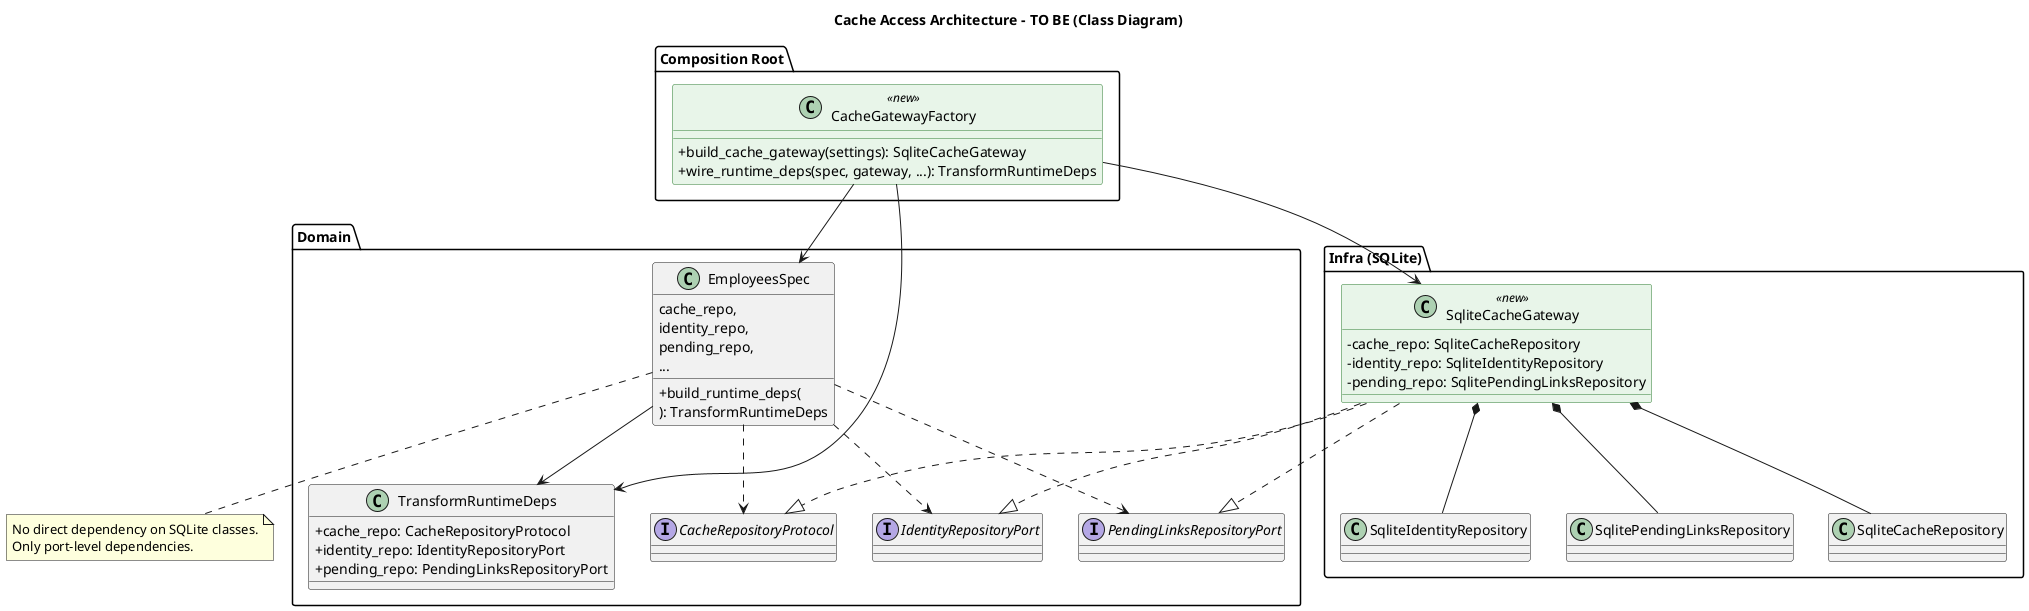
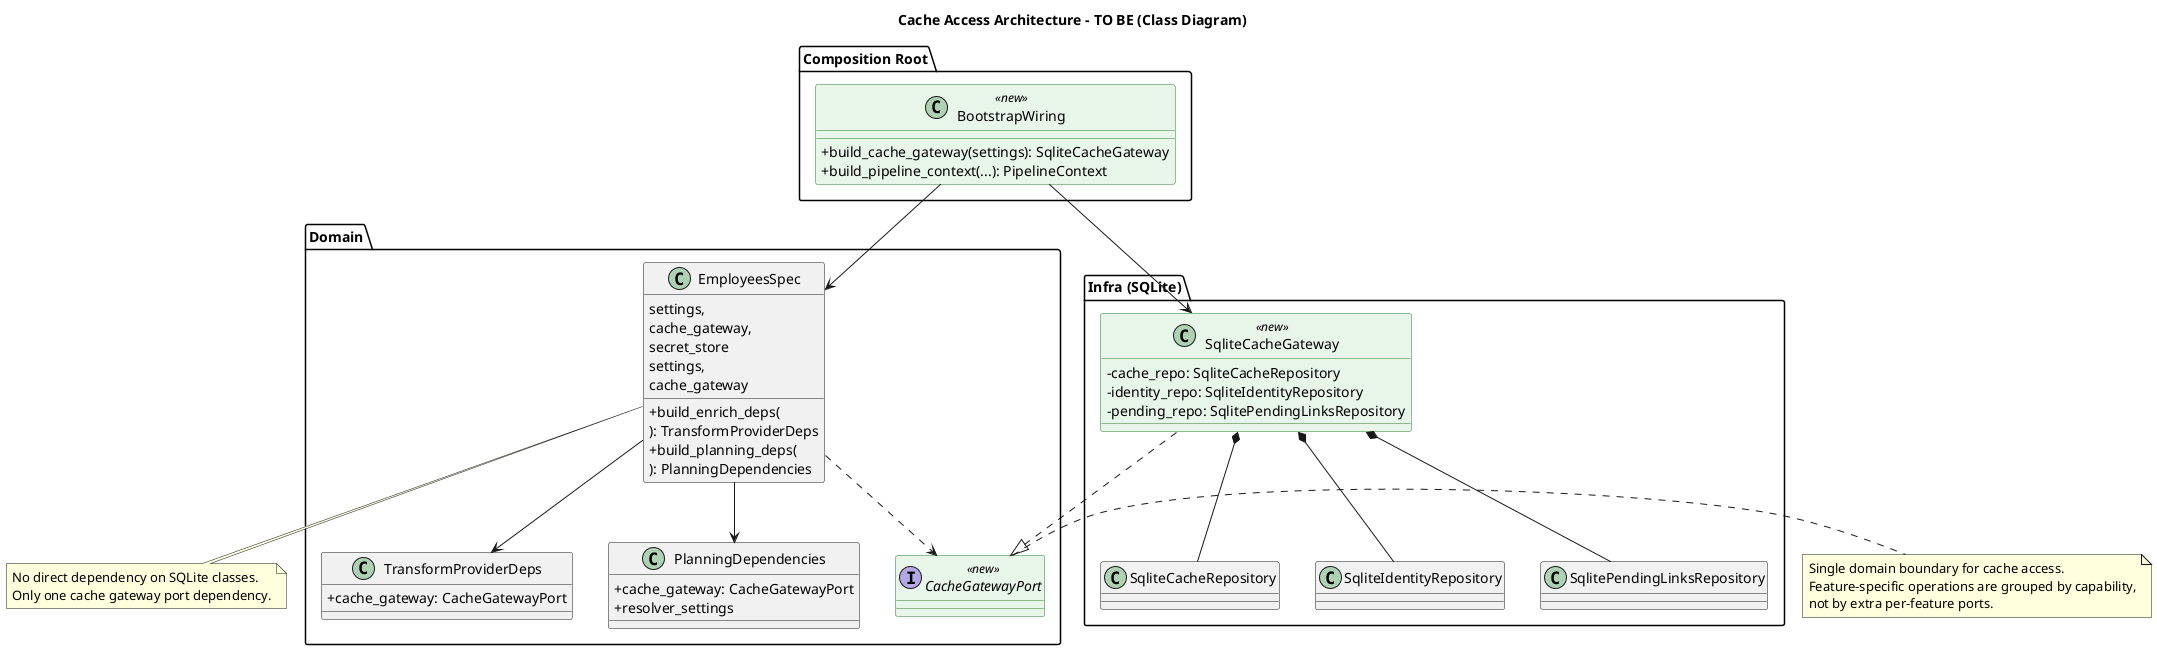
@startuml
title Cache Access Architecture - TO BE (Class Diagram)

skinparam defaultFontName Arial
skinparam classAttributeIconSize 0
skinparam class<<new>> {
  BackgroundColor #E8F5E9
  BorderColor #2E7D32
}

package "Domain" {
-   interface CacheRepositoryProtocol
-   interface IdentityRepositoryPort
-   interface PendingLinksRepositoryPort
+   interface CacheGatewayPort <<new>>

-   class TransformRuntimeDeps {
-     +cache_repo: CacheRepositoryProtocol
-     +identity_repo: IdentityRepositoryPort
-     +pending_repo: PendingLinksRepositoryPort
+   class TransformProviderDeps {
+     +cache_gateway: CacheGatewayPort
+   }
+ 
+   class PlanningDependencies {
+     +cache_gateway: CacheGatewayPort
+     +resolver_settings
  }

  class EmployeesSpec {
-     +build_runtime_deps(
-       cache_repo,
-       identity_repo,
-       pending_repo,
-       ...
-     ): TransformRuntimeDeps
+     +build_enrich_deps(
+       settings,
+       cache_gateway,
+       secret_store
+     ): TransformProviderDeps
+     +build_planning_deps(
+       settings,
+       cache_gateway
+     ): PlanningDependencies
  }
}

package "Infra (SQLite)" {
  class SqliteCacheRepository
  class SqliteIdentityRepository
  class SqlitePendingLinksRepository

  class SqliteCacheGateway <<new>> {
    -cache_repo: SqliteCacheRepository
    -identity_repo: SqliteIdentityRepository
    -pending_repo: SqlitePendingLinksRepository
  }
}

package "Composition Root" {
-   class CacheGatewayFactory <<new>> {
+   class BootstrapWiring <<new>> {
    +build_cache_gateway(settings): SqliteCacheGateway
-     +wire_runtime_deps(spec, gateway, ...): TransformRuntimeDeps
+     +build_pipeline_context(...): PipelineContext
  }
}

- SqliteCacheGateway ..|> CacheRepositoryProtocol
- SqliteCacheGateway ..|> IdentityRepositoryPort
- SqliteCacheGateway ..|> PendingLinksRepositoryPort
+ SqliteCacheGateway ..|> CacheGatewayPort

SqliteCacheGateway *-- SqliteCacheRepository
SqliteCacheGateway *-- SqliteIdentityRepository
SqliteCacheGateway *-- SqlitePendingLinksRepository

- EmployeesSpec ..> CacheRepositoryProtocol
- EmployeesSpec ..> IdentityRepositoryPort
- EmployeesSpec ..> PendingLinksRepositoryPort
- EmployeesSpec --> TransformRuntimeDeps
+ EmployeesSpec ..> CacheGatewayPort
+ EmployeesSpec --> TransformProviderDeps
+ EmployeesSpec --> PlanningDependencies

- CacheGatewayFactory --> SqliteCacheGateway
- CacheGatewayFactory --> EmployeesSpec
- CacheGatewayFactory --> TransformRuntimeDeps
+ BootstrapWiring --> SqliteCacheGateway
+ BootstrapWiring --> EmployeesSpec

note bottom of EmployeesSpec
No direct dependency on SQLite classes.
- Only port-level dependencies.
+ Only one cache gateway port dependency.
+ end note
+ 
+ note right of CacheGatewayPort
+ Single domain boundary for cache access.
+ Feature-specific operations are grouped by capability,
+ not by extra per-feature ports.
end note

@enduml
